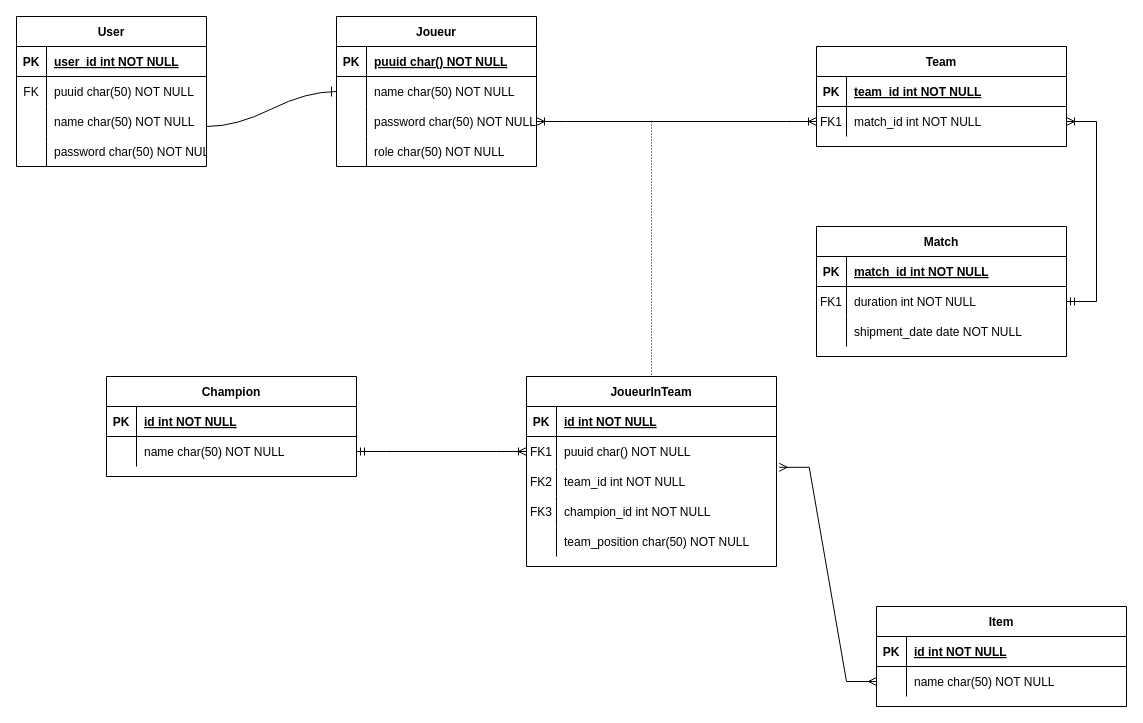
Above: Image Prod/Diagramme de donnees.drawio in Niyo-D-JC/HelpWork (draw.io), before the change. Source tidied: cells renumbered, new cells numbered last; positions are measured from the earlier drawing's top-left corner, leaving out a move shared by most shapes. Both pictures are drawn from the tidied source at 100%, with x=0, y=0 at pixel (16, 16).
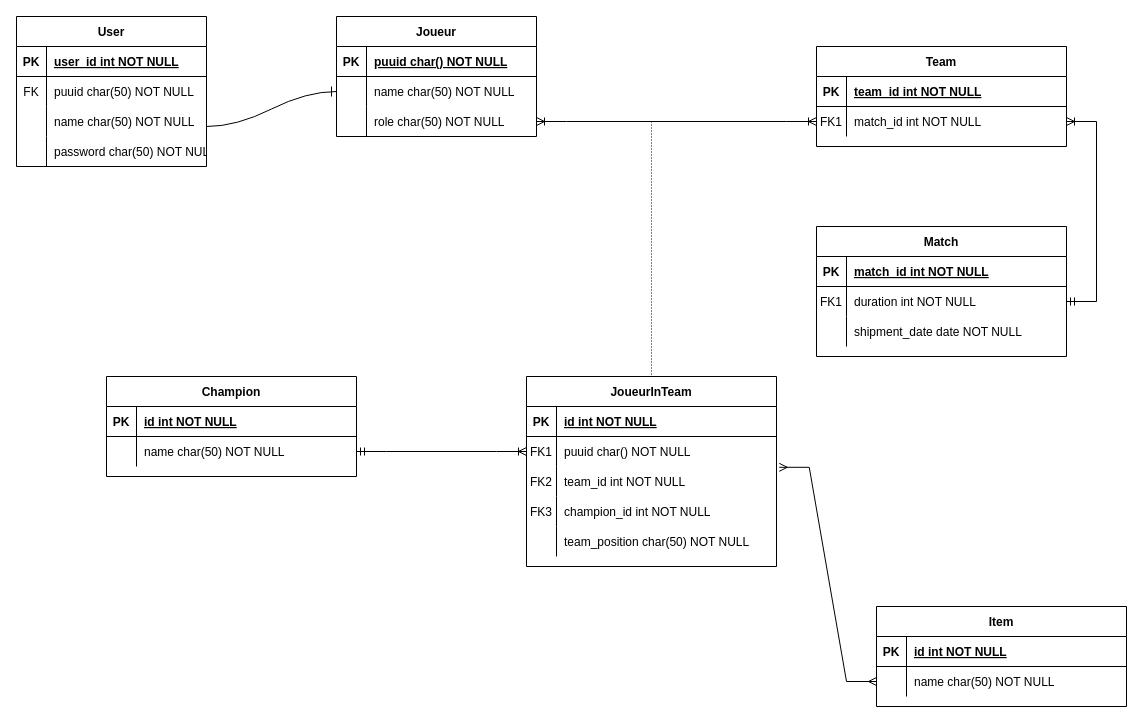
After the change.

Commit message:
Mettre à jour Diagramme de donnees.drawio

Unchanged cells that the change refers to:
```xml
<mxCell id="26" style="shape=partialRectangle;fillColor=none;points=[[0,0.5],[1,0.5]];portConstraint=eastwest;top=0;left=0;right=0;bottom=0;" parent="19" vertex="1">
  <mxGeometry y="90" width="200" height="30" as="geometry" />
</mxCell>
```

The edit, as a diff of the source:
```diff
@@
     <mxCell id="19" value="Joueur" style="shape=table;startSize=30;childLayout=tableLayout;rowLines=0;fontStyle=1;align=center;" parent="1" vertex="1">
-      <mxGeometry x="320" width="200" height="150" as="geometry" />
+      <mxGeometry x="320" width="200" height="120" as="geometry" />
     </mxCell>
@@
-    <mxCell id="28" value="password char(50) NOT NULL" style="shape=partialRectangle;overflow=hidden;fillColor=none;top=0;left=0;bottom=0;right=0;align=left;spacingLeft=6;" parent="26" vertex="1">
+    <mxCell id="28" value="role char(50) NOT NULL" style="shape=partialRectangle;overflow=hidden;fillColor=none;top=0;left=0;bottom=0;right=0;align=left;spacingLeft=6;" parent="26" vertex="1">
       <mxGeometry x="30" width="170" height="30" as="geometry" />
     </mxCell>
-    <mxCell id="29" style="shape=partialRectangle;fillColor=none;top=0;left=0;right=0;bottom=0;" parent="19" vertex="1">
-      <mxGeometry y="120" width="200" height="30" as="geometry" />
-    </mxCell>
-    <mxCell id="30" style="shape=partialRectangle;overflow=hidden;fillColor=none;top=0;left=0;bottom=0;right=0;" parent="29" vertex="1">
-      <mxGeometry width="30" height="30" as="geometry" />
-    </mxCell>
-    <mxCell id="31" value="role char(50) NOT NULL" style="shape=partialRectangle;overflow=hidden;fillColor=none;top=0;left=0;bottom=0;right=0;align=left;spacingLeft=6;" parent="29" vertex="1">
-      <mxGeometry x="30" width="170" height="30" as="geometry" />
-    </mxCell>
```
